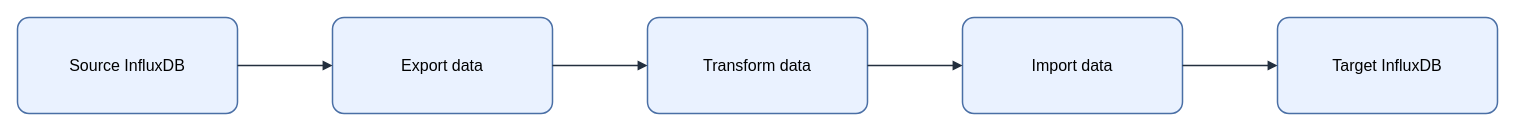
This is assets/img/database/influxdb-migration-flow.drawio from KKamJi98/kkamji98.github.io, a draw.io file, before an edit. Source tidied: cells renumbered, new cells numbered last; positions are measured from the earlier drawing's top-left corner, leaving out a move shared by most shapes. Both pictures are drawn from the tidied source at 100%, with x=0, y=0 at pixel (17, 17).
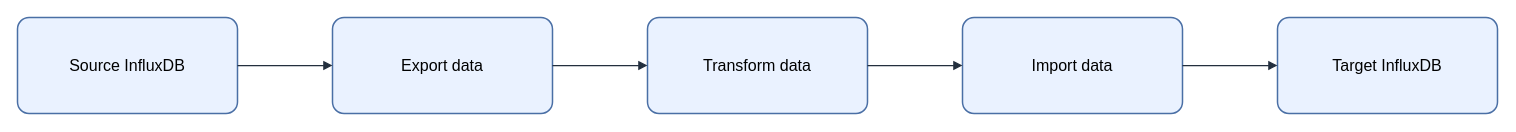
The same page after the edit.

The edit, as a diff of the source:
```diff
@@
 <mxGraphModel background="#FFFFFF">
   <root>
     <mxCell id="0" />
     <mxCell id="1" parent="0" />
-    <mxCell id="2" value="&lt;font style=&quot;color: rgb(0, 0, 0);&quot;&gt;Source InfluxDB&lt;/font&gt;" style="rounded=1;arcSize=12;whiteSpace=wrap;html=1;fillColor=#EAF2FF;strokeColor=#4A6FA5;strokeWidth=1.5;fontColor=#000000;fontSize=16;align=center;verticalAlign=middle;spacing=8;shadow=0;" parent="1" vertex="1">
+    <mxCell id="2" value="Source InfluxDB" style="rounded=1;arcSize=12;whiteSpace=wrap;html=0;fillColor=#EAF2FF;strokeColor=#4A6FA5;strokeWidth=1.5;fontColor=#000000;fontSize=16;align=center;verticalAlign=middle;spacing=8;shadow=0;" parent="1" vertex="1">
       <mxGeometry width="220" height="96" as="geometry" />
     </mxCell>
-    <mxCell id="3" value="&lt;font style=&quot;color: rgb(0, 0, 0);&quot;&gt;Export data&lt;/font&gt;" style="rounded=1;arcSize=12;whiteSpace=wrap;html=1;fillColor=#EAF2FF;strokeColor=#4A6FA5;strokeWidth=1.5;fontColor=#000000;fontSize=16;align=center;verticalAlign=middle;spacing=8;shadow=0;" parent="1" vertex="1">
+    <mxCell id="3" value="Export data" style="rounded=1;arcSize=12;whiteSpace=wrap;html=0;fillColor=#EAF2FF;strokeColor=#4A6FA5;strokeWidth=1.5;fontColor=#000000;fontSize=16;align=center;verticalAlign=middle;spacing=8;shadow=0;" parent="1" vertex="1">
       <mxGeometry x="315" width="220" height="96" as="geometry" />
     </mxCell>
-    <mxCell id="4" value="&lt;font style=&quot;color: rgb(0, 0, 0);&quot;&gt;Transform data&lt;/font&gt;" style="rounded=1;arcSize=12;whiteSpace=wrap;html=1;fillColor=#EAF2FF;strokeColor=#4A6FA5;strokeWidth=1.5;fontColor=#000000;fontSize=16;align=center;verticalAlign=middle;spacing=8;shadow=0;" parent="1" vertex="1">
+    <mxCell id="4" value="Transform data" style="rounded=1;arcSize=12;whiteSpace=wrap;html=0;fillColor=#EAF2FF;strokeColor=#4A6FA5;strokeWidth=1.5;fontColor=#000000;fontSize=16;align=center;verticalAlign=middle;spacing=8;shadow=0;" parent="1" vertex="1">
       <mxGeometry x="630" width="220" height="96" as="geometry" />
     </mxCell>
-    <mxCell id="5" value="&lt;font style=&quot;color: rgb(0, 0, 0);&quot;&gt;Import data&lt;/font&gt;" style="rounded=1;arcSize=12;whiteSpace=wrap;html=1;fillColor=#EAF2FF;strokeColor=#4A6FA5;strokeWidth=1.5;fontColor=#000000;fontSize=16;align=center;verticalAlign=middle;spacing=8;shadow=0;" parent="1" vertex="1">
+    <mxCell id="5" value="Import data" style="rounded=1;arcSize=12;whiteSpace=wrap;html=0;fillColor=#EAF2FF;strokeColor=#4A6FA5;strokeWidth=1.5;fontColor=#000000;fontSize=16;align=center;verticalAlign=middle;spacing=8;shadow=0;" parent="1" vertex="1">
       <mxGeometry x="945" width="220" height="96" as="geometry" />
     </mxCell>
-    <mxCell id="6" value="&lt;font style=&quot;color: rgb(0, 0, 0);&quot;&gt;Target InfluxDB&lt;/font&gt;" style="rounded=1;arcSize=12;whiteSpace=wrap;html=1;fillColor=#EAF2FF;strokeColor=#4A6FA5;strokeWidth=1.5;fontColor=#000000;fontSize=16;align=center;verticalAlign=middle;spacing=8;shadow=0;" parent="1" vertex="1">
+    <mxCell id="6" value="Target InfluxDB" style="rounded=1;arcSize=12;whiteSpace=wrap;html=0;fillColor=#EAF2FF;strokeColor=#4A6FA5;strokeWidth=1.5;fontColor=#000000;fontSize=16;align=center;verticalAlign=middle;spacing=8;shadow=0;" parent="1" vertex="1">
       <mxGeometry x="1260" width="220" height="96" as="geometry" />
     </mxCell>
-    <mxCell id="7" style="edgeStyle=orthogonalEdgeStyle;rounded=0;jettySize=auto;html=1;endArrow=block;endFill=1;strokeColor=#232F3E;strokeWidth=1.5;fontColor=#000000;labelBackgroundColor=none;exitX=1;exitY=0.5;exitDx=0;exitDy=0;entryX=0;entryY=0.5;entryDx=0;entryDy=0;" parent="1" edge="1" source="2" target="3">
+    <mxCell id="7" style="edgeStyle=orthogonalEdgeStyle;rounded=0;jettySize=auto;html=0;endArrow=block;endFill=1;strokeColor=#232F3E;strokeWidth=1.25;fontColor=#000000;labelBackgroundColor=none;exitX=1;exitY=0.5;exitDx=0;exitDy=0;entryX=0;entryY=0.5;entryDx=0;entryDy=0;" parent="1" edge="1" source="2" target="3">
       <mxGeometry relative="1" as="geometry" />
     </mxCell>
-    <mxCell id="8" style="edgeStyle=orthogonalEdgeStyle;rounded=0;jettySize=auto;html=1;endArrow=block;endFill=1;strokeColor=#232F3E;strokeWidth=1.5;fontColor=#000000;labelBackgroundColor=none;exitX=1;exitY=0.5;exitDx=0;exitDy=0;entryX=0;entryY=0.5;entryDx=0;entryDy=0;" parent="1" edge="1" source="3" target="4">
+    <mxCell id="8" style="edgeStyle=orthogonalEdgeStyle;rounded=0;jettySize=auto;html=0;endArrow=block;endFill=1;strokeColor=#232F3E;strokeWidth=1.25;fontColor=#000000;labelBackgroundColor=none;exitX=1;exitY=0.5;exitDx=0;exitDy=0;entryX=0;entryY=0.5;entryDx=0;entryDy=0;" parent="1" edge="1" source="3" target="4">
       <mxGeometry relative="1" as="geometry" />
     </mxCell>
-    <mxCell id="9" style="edgeStyle=orthogonalEdgeStyle;rounded=0;jettySize=auto;html=1;endArrow=block;endFill=1;strokeColor=#232F3E;strokeWidth=1.5;fontColor=#000000;labelBackgroundColor=none;exitX=1;exitY=0.5;exitDx=0;exitDy=0;entryX=0;entryY=0.5;entryDx=0;entryDy=0;" parent="1" edge="1" source="4" target="5">
+    <mxCell id="9" style="edgeStyle=orthogonalEdgeStyle;rounded=0;jettySize=auto;html=0;endArrow=block;endFill=1;strokeColor=#232F3E;strokeWidth=1.25;fontColor=#000000;labelBackgroundColor=none;exitX=1;exitY=0.5;exitDx=0;exitDy=0;entryX=0;entryY=0.5;entryDx=0;entryDy=0;" parent="1" edge="1" source="4" target="5">
       <mxGeometry relative="1" as="geometry" />
     </mxCell>
-    <mxCell id="10" style="edgeStyle=orthogonalEdgeStyle;rounded=0;jettySize=auto;html=1;endArrow=block;endFill=1;strokeColor=#232F3E;strokeWidth=1.5;fontColor=#000000;labelBackgroundColor=none;exitX=1;exitY=0.5;exitDx=0;exitDy=0;entryX=0;entryY=0.5;entryDx=0;entryDy=0;" parent="1" edge="1" source="5" target="6">
+    <mxCell id="10" style="edgeStyle=orthogonalEdgeStyle;rounded=0;jettySize=auto;html=0;endArrow=block;endFill=1;strokeColor=#232F3E;strokeWidth=1.25;fontColor=#000000;labelBackgroundColor=none;exitX=1;exitY=0.5;exitDx=0;exitDy=0;entryX=0;entryY=0.5;entryDx=0;entryDy=0;" parent="1" edge="1" source="5" target="6">
       <mxGeometry relative="1" as="geometry" />
     </mxCell>
   </root>
 </mxGraphModel>
```
